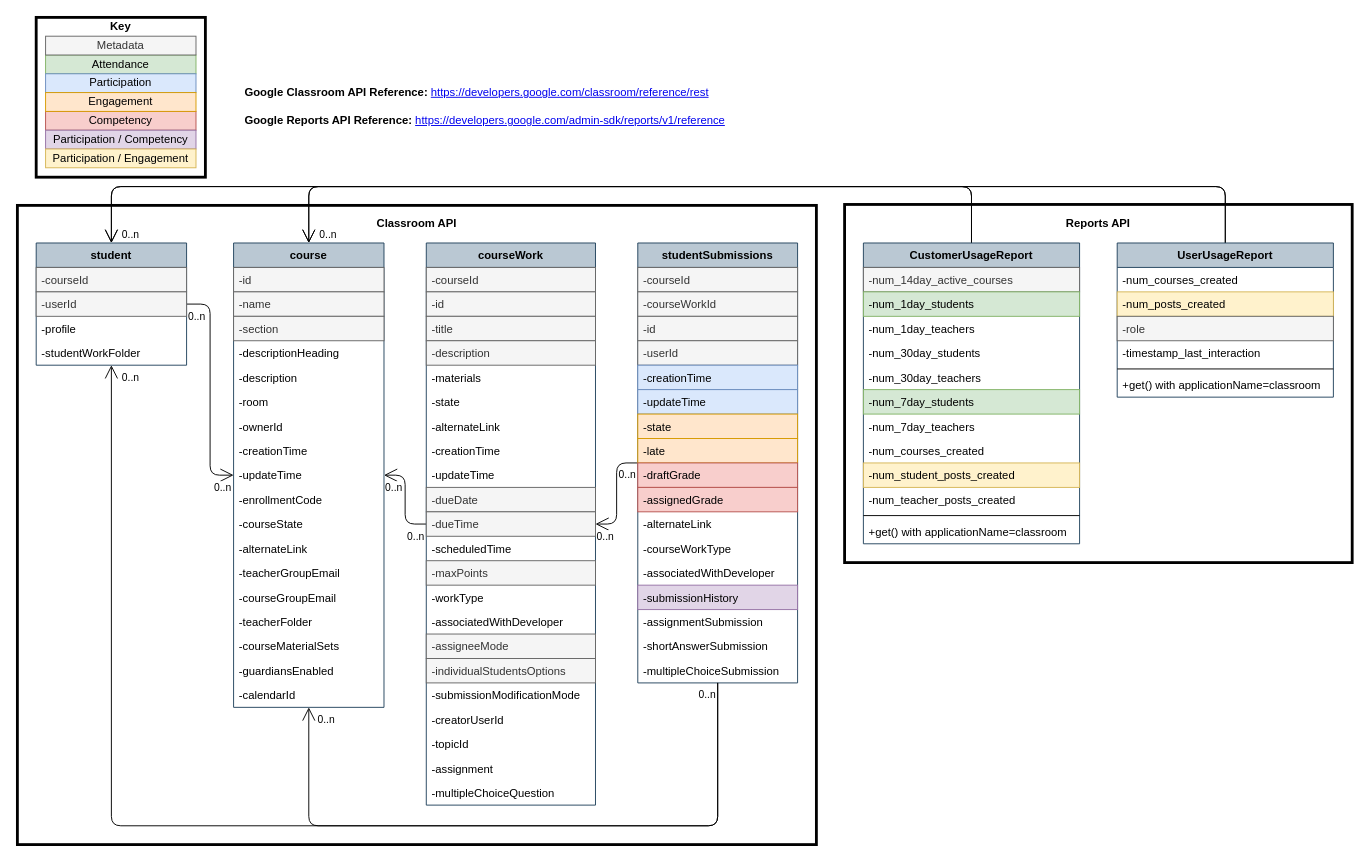
The draw.io diagram page "Google Classroom API UML" (2 of 2) of uml diagrams/FIZZ-API-UML.drawio in Ed-Fi-Exchange-OSS/LMS-Toolkit, before the edit. Source tidied: cells renumbered, new cells numbered last; positions are measured from the earlier drawing's top-left corner, leaving out a move shared by most shapes. Both pictures are drawn from the tidied source at 94%, with x=0, y=0 at pixel (17, 17).
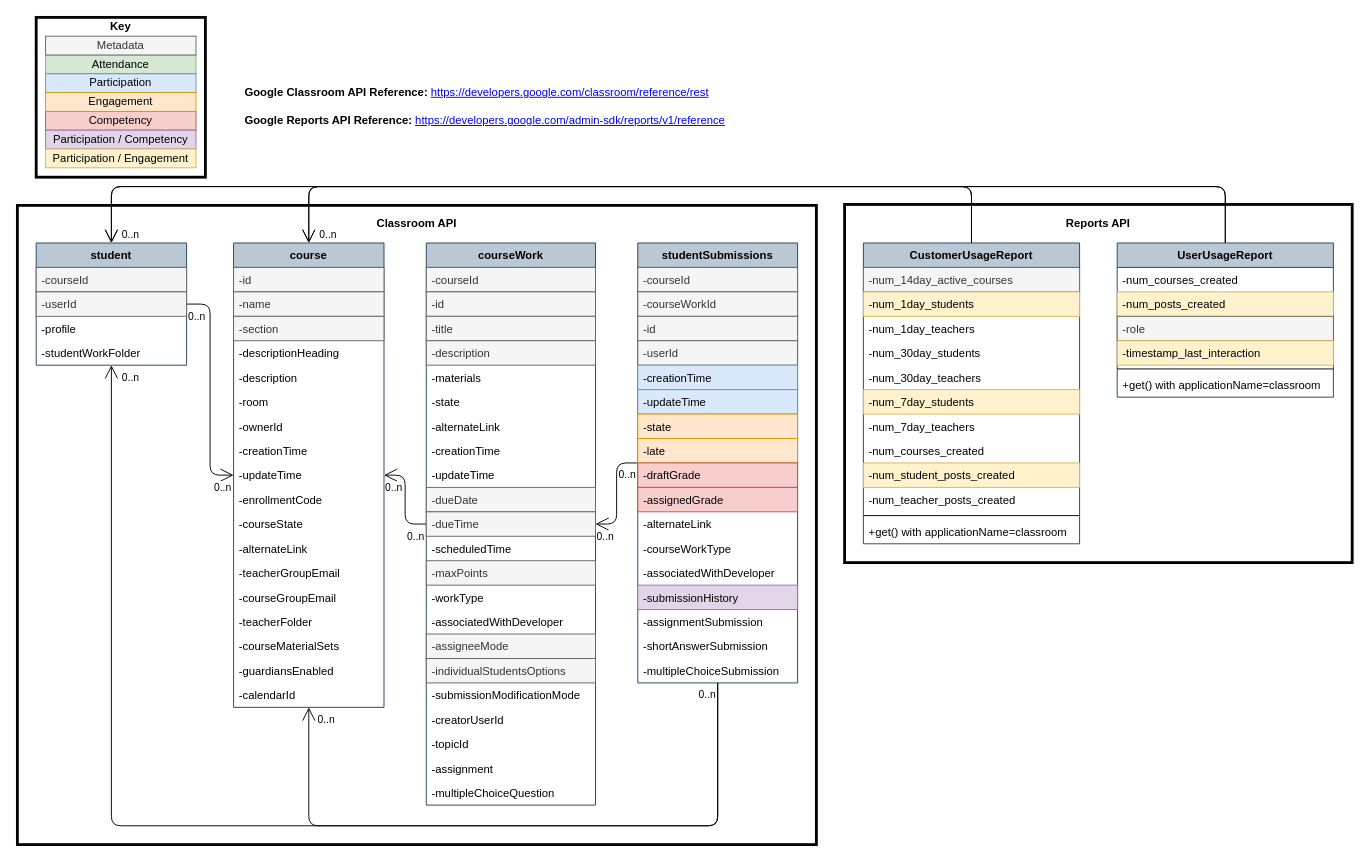
Above is the later version.

Unchanged cells that the change refers to:
```xml
<mxCell id="100" value="UserUsageReport" style="swimlane;fontStyle=1;horizontal=1;startSize=26;align=center;fillColor=#bac8d3;strokeColor=#23445d;" parent="1" vertex="1">
  <mxGeometry x="1170" y="240" width="230" height="164" as="geometry" />
</mxCell>
<mxCell id="107" value="CustomerUsageReport" style="swimlane;fontStyle=1;horizontal=1;startSize=26;align=center;fillColor=#bac8d3;strokeColor=#23445d;" parent="1" vertex="1">
  <mxGeometry x="900" y="240" width="230" height="320" as="geometry" />
</mxCell>
```

Diff of the diagram source:
```diff
@@
-    <mxCell id="104" value="-timestamp_last_interaction" style="text;align=left;verticalAlign=top;spacingLeft=4;spacingRight=4;overflow=hidden;" parent="100" vertex="1">
+    <mxCell id="104" value="-timestamp_last_interaction" style="text;align=left;verticalAlign=top;spacingLeft=4;spacingRight=4;overflow=hidden;fillColor=#fff2cc;strokeColor=#d6b656;" parent="100" vertex="1">
       <mxGeometry y="104" width="230" height="26" as="geometry" />
     </mxCell>
@@
-    <mxCell id="109" value="-num_1day_students" style="text;strokeColor=#82b366;fillColor=#d5e8d4;align=left;verticalAlign=top;spacingLeft=4;spacingRight=4;overflow=hidden;" parent="107" vertex="1">
+    <mxCell id="109" value="-num_1day_students" style="text;align=left;verticalAlign=top;spacingLeft=4;spacingRight=4;overflow=hidden;fillColor=#fff2cc;strokeColor=#d6b656;" parent="107" vertex="1">
       <mxGeometry y="52" width="230" height="26" as="geometry" />
     </mxCell>
@@
-    <mxCell id="113" value="-num_7day_students" style="text;strokeColor=#82b366;fillColor=#d5e8d4;align=left;verticalAlign=top;spacingLeft=4;spacingRight=4;overflow=hidden;" parent="107" vertex="1">
+    <mxCell id="113" value="-num_7day_students" style="text;align=left;verticalAlign=top;spacingLeft=4;spacingRight=4;overflow=hidden;fillColor=#fff2cc;strokeColor=#d6b656;" parent="107" vertex="1">
       <mxGeometry y="156" width="230" height="26" as="geometry" />
     </mxCell>
```
